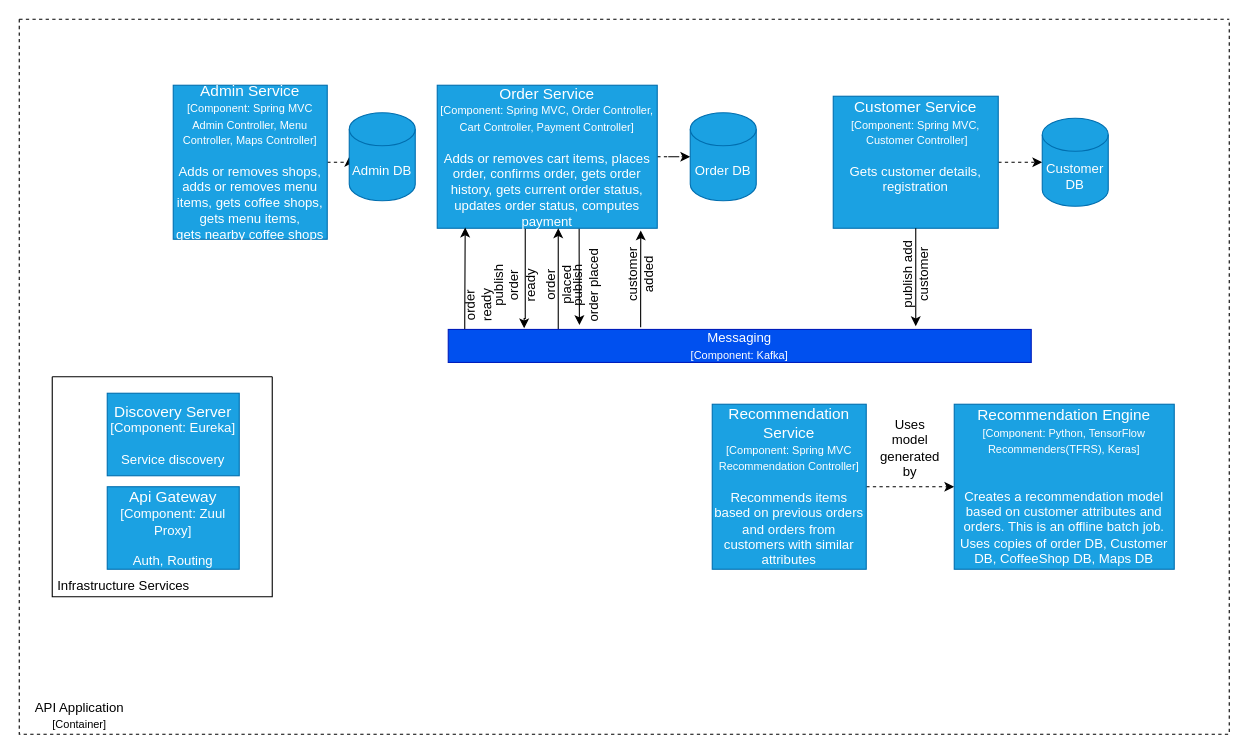
Above: API Application - Component Diagram.drawio in dinesh-i/uber-coffee-shops (draw.io), before the change. Source tidied: cells renumbered, new cells numbered last; positions are measured from the earlier drawing's top-left corner, leaving out a move shared by most shapes. Both pictures are drawn from the tidied source at 110%, with x=0, y=0 at pixel (19, 19).
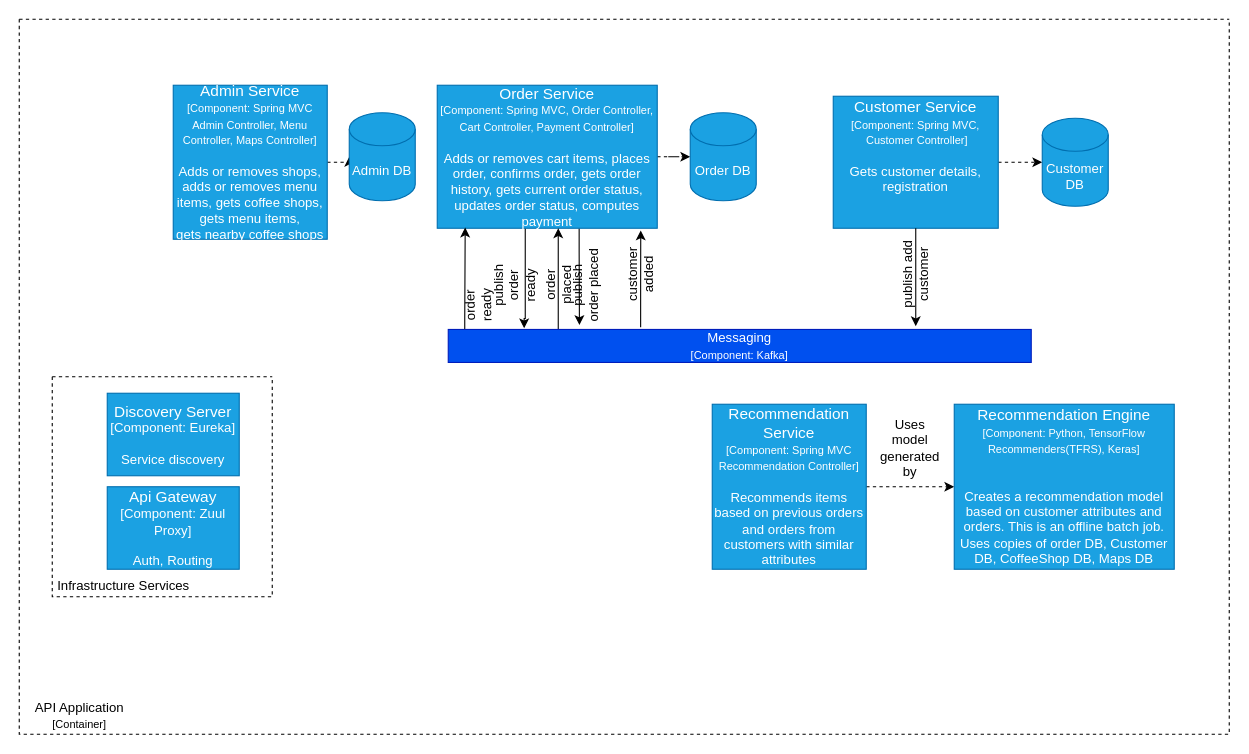
The same diagram, later.

What changed in the source:
```diff
@@
-    <mxCell id="32" style="swimlane;startSize=0;" parent="1" vertex="1">
+    <mxCell id="32" style="swimlane;startSize=0;dashed=1;" parent="1" vertex="1">
       <mxGeometry x="30" y="325" width="200" height="200" as="geometry" />
     </mxCell>
```
